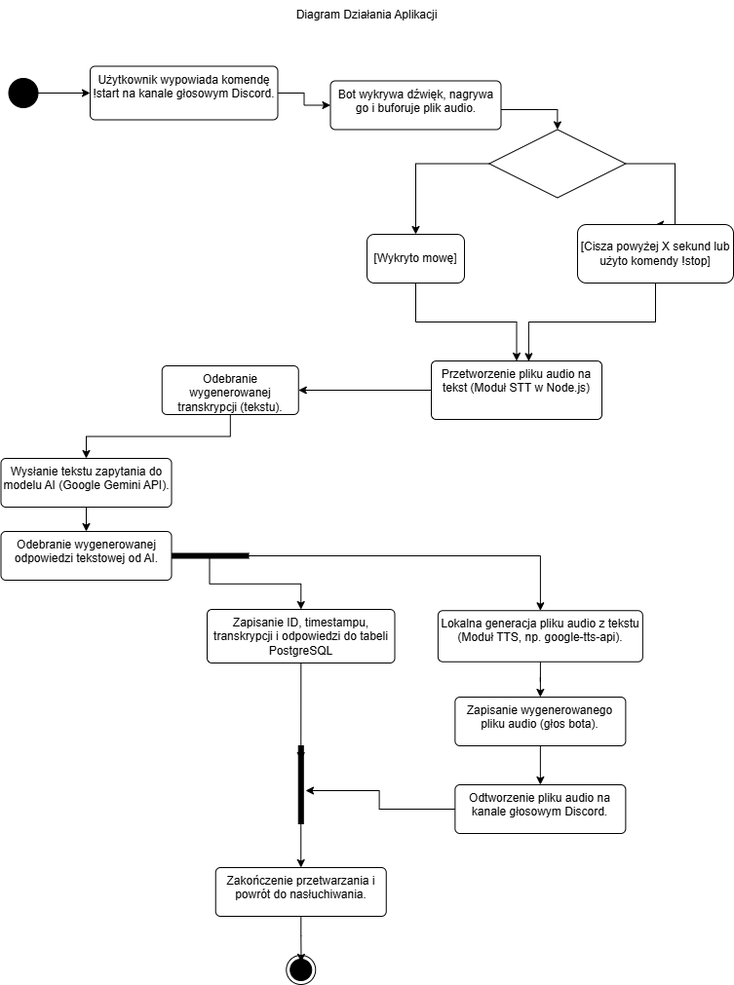
Above: diagram_dzialania_aplikacji.png in OskarSzafraniec/discord_voice_app (draw.io), before the change. Source tidied: cells renumbered, new cells last; positions are measured from the earlier drawing's top-left corner, leaving out a move shared by most shapes.
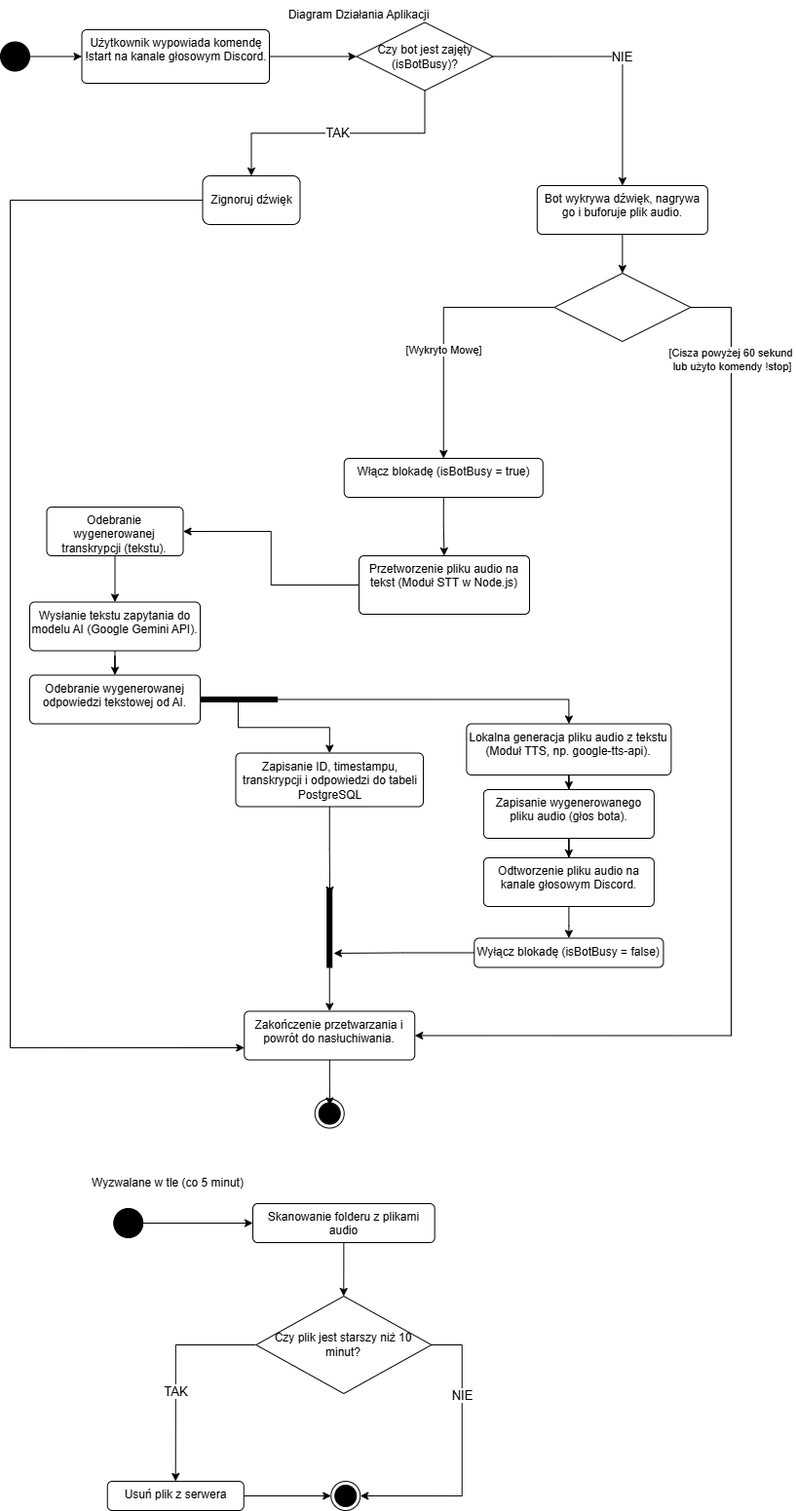
Later version of the same file.

The edit, as a diff of the source:
```diff
@@ -3,22 +3,22 @@
     <mxCell id="0" />
     <mxCell id="1" parent="0" />
     <mxCell id="2" value="Diagram Działania Aplikacji" style="text;html=1;whiteSpace=wrap;strokeColor=none;fillColor=none;align=center;verticalAlign=middle;rounded=0;" parent="1" vertex="1">
-      <mxGeometry x="291" width="170" height="30" as="geometry" />
+      <mxGeometry x="244.5" y="-10" width="170" height="30" as="geometry" />
     </mxCell>
     <mxCell id="3" style="edgeStyle=orthogonalEdgeStyle;rounded=0;jettySize=auto;html=1;entryX=0;entryY=0.5;entryDx=0;entryDy=0;" parent="1" edge="1" source="4" target="7">
       <mxGeometry relative="1" as="geometry" />
     </mxCell>
     <mxCell id="4" style="ellipse;fillColor=strokeColor;html=1;" parent="1" vertex="1">
-      <mxGeometry x="8.5" y="80" width="30" height="30" as="geometry" />
+      <mxGeometry x="-38" y="32.5" width="30" height="30" as="geometry" />
     </mxCell>
     <mxCell id="5" style="ellipse;html=1;shape=endState;fillColor=strokeColor;" parent="1" vertex="1">
-      <mxGeometry x="293.2" y="980" width="30" height="30" as="geometry" />
+      <mxGeometry x="284.8" y="1117.5" width="30" height="30" as="geometry" />
     </mxCell>
-    <mxCell id="6" style="edgeStyle=orthogonalEdgeStyle;rounded=0;jettySize=auto;html=1;" parent="1" edge="1" source="7" target="12">
+    <mxCell id="6" style="edgeStyle=orthogonalEdgeStyle;rounded=0;jettySize=auto;html=1;entryX=0;entryY=0.5;entryDx=0;entryDy=0;" parent="1" edge="1" source="7" target="43">
       <mxGeometry relative="1" as="geometry" />
     </mxCell>
     <mxCell id="7" value="Użytkownik wypowiada komendę !start na kanale głosowym Discord." style="html=1;align=center;verticalAlign=top;rounded=1;absoluteArcSize=1;arcSize=10;dashed=0;whiteSpace=wrap;" parent="1" vertex="1">
-      <mxGeometry x="92" y="67.5" width="192.5" height="55" as="geometry" />
+      <mxGeometry x="45.5" y="20" width="192.5" height="55" as="geometry" />
     </mxCell>
     <mxCell id="8" style="edgeStyle=orthogonalEdgeStyle;rounded=0;jettySize=auto;html=1;entryX=0.5;entryY=0;entryDx=0;entryDy=0;" parent="1" edge="1" source="10" target="20">
       <mxGeometry relative="1" as="geometry" />
@@ -27,99 +27,166 @@
       <mxGeometry relative="1" as="geometry" />
     </mxCell>
     <mxCell id="10" style="html=1;points=[];perimeter=orthogonalPerimeter;fillColor=strokeColor;rotation=-90;" parent="1" vertex="1">
-      <mxGeometry x="212" y="530" width="5" height="80" as="geometry" />
+      <mxGeometry x="203.5" y="667.5" width="5" height="80" as="geometry" />
     </mxCell>
-    <mxCell id="11" style="edgeStyle=orthogonalEdgeStyle;rounded=0;jettySize=auto;html=1;entryX=0.5;entryY=0;entryDx=0;entryDy=0;" parent="1" edge="1" source="12" target="34">
-      <mxGeometry relative="1" as="geometry">
-        <Array as="points">
-          <mxPoint x="571" y="112" />
-        </Array>
-      </mxGeometry>
+    <mxCell id="11" style="edgeStyle=orthogonalEdgeStyle;rounded=0;jettySize=auto;html=1;" parent="1" edge="1" source="12" target="34">
+      <mxGeometry relative="1" as="geometry" />
     </mxCell>
     <mxCell id="12" value="Bot wykrywa dźwięk, nagrywa go i buforuje plik audio." style="html=1;align=center;verticalAlign=top;rounded=1;absoluteArcSize=1;arcSize=10;dashed=0;whiteSpace=wrap;" parent="1" vertex="1">
-      <mxGeometry x="338.5" y="82.5" width="175" height="50" as="geometry" />
+      <mxGeometry x="512.9" y="180" width="175" height="50" as="geometry" />
     </mxCell>
     <mxCell id="13" style="edgeStyle=orthogonalEdgeStyle;rounded=0;jettySize=auto;html=1;entryX=1;entryY=0.5;entryDx=0;entryDy=0;" parent="1" edge="1" source="14" target="16">
       <mxGeometry relative="1" as="geometry" />
     </mxCell>
     <mxCell id="14" value="Przetworzenie pliku audio na tekst (Moduł STT w Node.js)" style="html=1;align=center;verticalAlign=top;rounded=1;absoluteArcSize=1;arcSize=10;dashed=0;whiteSpace=wrap;" parent="1" vertex="1">
-      <mxGeometry x="442" y="370" width="175" height="60" as="geometry" />
+      <mxGeometry x="330" y="560" width="175" height="60" as="geometry" />
     </mxCell>
     <mxCell id="15" style="edgeStyle=orthogonalEdgeStyle;rounded=0;jettySize=auto;html=1;entryX=0.5;entryY=0;entryDx=0;entryDy=0;" parent="1" edge="1" source="16" target="18">
       <mxGeometry relative="1" as="geometry" />
     </mxCell>
     <mxCell id="16" value="Odebranie wygenerowanej transkrypcji (tekstu)." style="html=1;align=center;verticalAlign=top;rounded=1;absoluteArcSize=1;arcSize=10;dashed=0;whiteSpace=wrap;" parent="1" vertex="1">
-      <mxGeometry x="165.8" y="375" width="140" height="50" as="geometry" />
+      <mxGeometry x="9.5" y="510" width="140" height="50" as="geometry" />
     </mxCell>
     <mxCell id="17" style="edgeStyle=orthogonalEdgeStyle;rounded=0;jettySize=auto;html=1;entryX=0.5;entryY=0;entryDx=0;entryDy=0;" parent="1" edge="1" source="18" target="19">
       <mxGeometry relative="1" as="geometry" />
     </mxCell>
     <mxCell id="18" value="Wysłanie tekstu zapytania do modelu AI (Google Gemini API)." style="html=1;align=center;verticalAlign=top;rounded=1;absoluteArcSize=1;arcSize=10;dashed=0;whiteSpace=wrap;" parent="1" vertex="1">
-      <mxGeometry x="0.5" y="470" width="175" height="50" as="geometry" />
+      <mxGeometry x="-8" y="607.5" width="175" height="50" as="geometry" />
     </mxCell>
     <mxCell id="19" value="Odebranie wygenerowanej odpowiedzi tekstowej od AI." style="html=1;align=center;verticalAlign=top;rounded=1;absoluteArcSize=1;arcSize=10;dashed=0;whiteSpace=wrap;" parent="1" vertex="1">
-      <mxGeometry x="0.5" y="545" width="175" height="50" as="geometry" />
+      <mxGeometry x="-8" y="682.5" width="175" height="50" as="geometry" />
     </mxCell>
     <mxCell id="20" value="Zapisanie ID, timestampu, transkrypcji i odpowiedzi do tabeli PostgreSQL" style="html=1;align=center;verticalAlign=top;rounded=1;absoluteArcSize=1;arcSize=10;dashed=0;whiteSpace=wrap;" parent="1" vertex="1">
-      <mxGeometry x="212" y="625" width="192.5" height="55" as="geometry" />
+      <mxGeometry x="203.5" y="762.5" width="192.5" height="55" as="geometry" />
     </mxCell>
     <mxCell id="21" style="edgeStyle=orthogonalEdgeStyle;rounded=0;jettySize=auto;html=1;entryX=0.5;entryY=0;entryDx=0;entryDy=0;" parent="1" edge="1" source="22" target="25">
       <mxGeometry relative="1" as="geometry" />
     </mxCell>
     <mxCell id="22" value="Lokalna generacja pliku audio z tekstu (Moduł TTS, np. google-tts-api)." style="html=1;align=center;verticalAlign=top;rounded=1;absoluteArcSize=1;arcSize=10;dashed=0;whiteSpace=wrap;" parent="1" vertex="1">
-      <mxGeometry x="448.9" y="626.2" width="210" height="52.5" as="geometry" />
+      <mxGeometry x="440.4" y="732.5" width="210" height="52.5" as="geometry" />
     </mxCell>
+    <mxCell id="39" style="edgeStyle=orthogonalEdgeStyle;rounded=0;jettySize=auto;html=1;" parent="1" edge="1" source="23" target="50">
+      <mxGeometry relative="1" as="geometry" />
+    </mxCell>
     <mxCell id="23" value="Odtworzenie pliku audio na kanale głosowym Discord." style="html=1;align=center;verticalAlign=top;rounded=1;absoluteArcSize=1;arcSize=10;dashed=0;whiteSpace=wrap;" parent="1" vertex="1">
-      <mxGeometry x="466.4" y="805" width="175" height="50" as="geometry" />
+      <mxGeometry x="457.9" y="870" width="175" height="50" as="geometry" />
     </mxCell>
     <mxCell id="24" style="edgeStyle=orthogonalEdgeStyle;rounded=0;jettySize=auto;html=1;" parent="1" edge="1" source="25" target="23">
       <mxGeometry relative="1" as="geometry" />
     </mxCell>
     <mxCell id="25" value="Zapisanie wygenerowanego pliku audio (głos bota)." style="html=1;align=center;verticalAlign=top;rounded=1;absoluteArcSize=1;arcSize=10;dashed=0;whiteSpace=wrap;" parent="1" vertex="1">
-      <mxGeometry x="466.4" y="715" width="175" height="50" as="geometry" />
+      <mxGeometry x="457.9" y="800" width="175" height="50" as="geometry" />
     </mxCell>
     <mxCell id="26" style="edgeStyle=orthogonalEdgeStyle;rounded=0;jettySize=auto;html=1;entryX=0.5;entryY=0;entryDx=0;entryDy=0;" parent="1" edge="1" source="27" target="30">
       <mxGeometry relative="1" as="geometry" />
     </mxCell>
     <mxCell id="27" style="html=1;points=[];perimeter=orthogonalPerimeter;fillColor=strokeColor;" parent="1" vertex="1">
-      <mxGeometry x="305.8" y="765" width="5" height="80" as="geometry" />
+      <mxGeometry x="297.2" y="902.5" width="5" height="80" as="geometry" />
     </mxCell>
-    <mxCell id="28" style="edgeStyle=orthogonalEdgeStyle;rounded=0;jettySize=auto;html=1;entryX=0.5;entryY=0.188;entryDx=0;entryDy=0;entryPerimeter=0;" parent="1" edge="1" source="20" target="27">
+    <mxCell id="28" style="edgeStyle=orthogonalEdgeStyle;rounded=0;jettySize=auto;html=1;entryX=0.55;entryY=0.069;entryDx=0;entryDy=0;entryPerimeter=0;" parent="1" edge="1" source="20" target="27">
       <mxGeometry relative="1" as="geometry" />
     </mxCell>
-    <mxCell id="29" style="edgeStyle=orthogonalEdgeStyle;rounded=0;jettySize=auto;html=1;entryX=1.45;entryY=0.575;entryDx=0;entryDy=0;entryPerimeter=0;" parent="1" edge="1" source="23" target="27">
-      <mxGeometry relative="1" as="geometry" />
-    </mxCell>
     <mxCell id="30" value="Zakończenie przetwarzania i powrót do nasłuchiwania." style="html=1;align=center;verticalAlign=top;rounded=1;absoluteArcSize=1;arcSize=10;dashed=0;whiteSpace=wrap;" parent="1" vertex="1">
-      <mxGeometry x="220.8" y="890" width="175" height="50" as="geometry" />
+      <mxGeometry x="212.2" y="1027.5" width="175" height="50" as="geometry" />
     </mxCell>
     <mxCell id="31" style="edgeStyle=orthogonalEdgeStyle;rounded=0;jettySize=auto;html=1;entryX=0.508;entryY=0.233;entryDx=0;entryDy=0;entryPerimeter=0;" parent="1" edge="1" source="30" target="5">
       <mxGeometry relative="1" as="geometry" />
     </mxCell>
-    <mxCell id="32" style="edgeStyle=orthogonalEdgeStyle;rounded=0;jettySize=auto;html=1;entryX=0.5;entryY=0;entryDx=0;entryDy=0;" parent="1" edge="1" source="34" target="36">
-      <mxGeometry relative="1" as="geometry" />
-    </mxCell>
-    <mxCell id="33" style="edgeStyle=orthogonalEdgeStyle;rounded=0;jettySize=auto;html=1;entryX=0.5;entryY=0;entryDx=0;entryDy=0;exitX=1;exitY=0.5;exitDx=0;exitDy=0;" parent="1" edge="1" source="34" target="37">
-      <mxGeometry relative="1" as="geometry">
-        <Array as="points">
-          <mxPoint x="692" y="168" />
-        </Array>
-      </mxGeometry>
-    </mxCell>
+    <mxCell id="40" style="edgeStyle=orthogonalEdgeStyle;rounded=0;jettySize=auto;html=1;entryX=0.5;entryY=0;entryDx=0;entryDy=0;" parent="1" edge="1" source="34" target="49">
+      <mxGeometry relative="1" as="geometry" />
+    </mxCell>
+    <mxCell id="41" value="[Wykryto Mowę]" style="edgeLabel;html=1;align=center;verticalAlign=middle;" parent="40" vertex="1">
+      <mxGeometry x="0.17" relative="1" as="geometry" />
+    </mxCell>
     <mxCell id="34" style="rhombus;whiteSpace=wrap;html=1;" parent="1" vertex="1">
-      <mxGeometry x="501.4" y="132.5" width="140" height="70" as="geometry" />
+      <mxGeometry x="530.4" y="270" width="140" height="70" as="geometry" />
     </mxCell>
-    <mxCell id="35" style="edgeStyle=orthogonalEdgeStyle;rounded=0;jettySize=auto;html=1;entryX=0.5;entryY=0;entryDx=0;entryDy=0;" parent="1" edge="1" source="36" target="14">
-      <mxGeometry relative="1" as="geometry" />
-    </mxCell>
-    <mxCell id="36" value="[Wykryto mowę]" style="rounded=1;whiteSpace=wrap;html=1;" parent="1" vertex="1">
-      <mxGeometry x="376" y="240" width="100" height="50" as="geometry" />
-    </mxCell>
-    <mxCell id="37" value="&lt;br&gt;[Cisza powyżej X sekund lub użyto komendy !stop]&lt;div&gt;&lt;br&gt;&lt;/div&gt;" style="rounded=1;whiteSpace=wrap;html=1;" parent="1" vertex="1">
-      <mxGeometry x="592" y="230" width="160" height="60" as="geometry" />
-    </mxCell>
-    <mxCell id="38" style="edgeStyle=orthogonalEdgeStyle;rounded=0;jettySize=auto;html=1;entryX=0.571;entryY=0.006;entryDx=0;entryDy=0;entryPerimeter=0;" parent="1" edge="1" source="37" target="14">
-      <mxGeometry relative="1" as="geometry" />
+    <mxCell id="38" style="edgeStyle=orthogonalEdgeStyle;rounded=0;jettySize=auto;html=1;entryX=1;entryY=0.5;entryDx=0;entryDy=0;exitX=1;exitY=0.5;exitDx=0;exitDy=0;" parent="1" edge="1" source="34" target="30">
+      <mxGeometry relative="1" as="geometry">
+        <Array as="points">
+          <mxPoint x="712" y="305" />
+          <mxPoint x="712" y="1053" />
+        </Array>
+      </mxGeometry>
     </mxCell>
+    <mxCell id="42" value="[Cisza powyżej 60 sekund&amp;nbsp;&lt;div&gt;lub użyto komendy !stop]&lt;/div&gt;" style="edgeLabel;html=1;align=center;verticalAlign=middle;" parent="38" vertex="1">
+      <mxGeometry x="-0.83" y="1" relative="1" as="geometry" />
+    </mxCell>
+    <mxCell id="43" value="Czy bot jest zajęty (isBotBusy)?" style="rhombus;whiteSpace=wrap;html=1;" parent="1" vertex="1">
+      <mxGeometry x="327.5" y="12.5" width="140" height="70" as="geometry" />
+    </mxCell>
+    <mxCell id="44" value="&lt;font style=&quot;font-size: 13px;&quot;&gt;TAK&lt;/font&gt;" style="edgeStyle=orthogonalEdgeStyle;rounded=0;jettySize=auto;html=1;exitX=0.5;exitY=1;exitDx=0;exitDy=0;entryX=0.5;entryY=0;entryDx=0;entryDy=0;" parent="1" edge="1" source="43" target="46">
+      <mxGeometry relative="1" as="geometry" />
+    </mxCell>
+    <mxCell id="45" style="edgeStyle=orthogonalEdgeStyle;rounded=0;jettySize=auto;html=1;entryX=0;entryY=0.75;entryDx=0;entryDy=0;" parent="1" edge="1" source="46" target="30">
+      <mxGeometry relative="1" as="geometry">
+        <Array as="points">
+          <mxPoint x="-28" y="195" />
+          <mxPoint x="-28" y="1065" />
+        </Array>
+      </mxGeometry>
+    </mxCell>
+    <mxCell id="46" value="Zignoruj dźwięk" style="rounded=1;whiteSpace=wrap;html=1;" parent="1" vertex="1">
+      <mxGeometry x="169.5" y="170" width="100" height="50" as="geometry" />
+    </mxCell>
+    <mxCell id="47" value="&lt;font style=&quot;font-size: 13px;&quot;&gt;NIE&lt;/font&gt;" style="edgeStyle=orthogonalEdgeStyle;rounded=0;jettySize=auto;html=1;exitX=1;exitY=0.5;exitDx=0;exitDy=0;" parent="1" edge="1" source="43" target="12">
+      <mxGeometry relative="1" as="geometry" />
+    </mxCell>
+    <mxCell id="48" style="edgeStyle=orthogonalEdgeStyle;rounded=0;jettySize=auto;html=1;" parent="1" edge="1" source="49" target="14">
+      <mxGeometry relative="1" as="geometry" />
+    </mxCell>
+    <mxCell id="49" value="&lt;span style=&quot;text-align: left;&quot;&gt;Włącz blokadę (isBotBusy = true)&lt;/span&gt;" style="html=1;align=center;verticalAlign=top;rounded=1;absoluteArcSize=1;arcSize=10;dashed=0;whiteSpace=wrap;" parent="1" vertex="1">
+      <mxGeometry x="314.8" y="460" width="204" height="40" as="geometry" />
+    </mxCell>
+    <mxCell id="50" value="Wyłącz blokadę (isBotBusy = false)" style="html=1;align=center;verticalAlign=top;rounded=1;absoluteArcSize=1;arcSize=10;dashed=0;whiteSpace=wrap;" parent="1" vertex="1">
+      <mxGeometry x="448.3" y="952.5" width="194.1" height="30" as="geometry" />
+    </mxCell>
+    <mxCell id="51" style="edgeStyle=orthogonalEdgeStyle;rounded=0;jettySize=auto;html=1;entryX=1.35;entryY=0.819;entryDx=0;entryDy=0;entryPerimeter=0;" parent="1" edge="1" source="50" target="27">
+      <mxGeometry relative="1" as="geometry" />
+    </mxCell>
+    <mxCell id="52" style="ellipse;fillColor=strokeColor;html=1;" parent="1" vertex="1">
+      <mxGeometry x="78.2" y="1230" width="30" height="30" as="geometry" />
+    </mxCell>
+    <mxCell id="53" style="edgeStyle=orthogonalEdgeStyle;rounded=0;jettySize=auto;html=1;exitX=1;exitY=0.5;exitDx=0;exitDy=0;" parent="1" edge="1" source="52" target="55">
+      <mxGeometry relative="1" as="geometry" />
+    </mxCell>
+    <mxCell id="54" style="edgeStyle=orthogonalEdgeStyle;rounded=0;jettySize=auto;html=1;" parent="1" edge="1" source="55" target="58">
+      <mxGeometry relative="1" as="geometry" />
+    </mxCell>
+    <mxCell id="55" value="Skanowanie folderu z plikami audio" style="html=1;align=center;verticalAlign=top;rounded=1;absoluteArcSize=1;arcSize=10;dashed=0;whiteSpace=wrap;" parent="1" vertex="1">
+      <mxGeometry x="221" y="1225" width="186.7" height="40" as="geometry" />
+    </mxCell>
+    <mxCell id="56" style="edgeStyle=orthogonalEdgeStyle;rounded=0;jettySize=auto;html=1;entryX=0.5;entryY=0;entryDx=0;entryDy=0;" parent="1" edge="1" source="58" target="62">
+      <mxGeometry relative="1" as="geometry" />
+    </mxCell>
+    <mxCell id="57" value="&lt;font style=&quot;font-size: 13px;&quot;&gt;TAK&lt;/font&gt;" style="edgeLabel;html=1;align=center;verticalAlign=middle;" parent="56" vertex="1">
+      <mxGeometry x="0.17" relative="1" as="geometry" />
+    </mxCell>
+    <mxCell id="58" value="Czy plik jest starszy niż 10 minut?" style="rhombus;whiteSpace=wrap;html=1;" parent="1" vertex="1">
+      <mxGeometry x="224.3" y="1320" width="180" height="100" as="geometry" />
+    </mxCell>
+    <mxCell id="59" style="edgeStyle=orthogonalEdgeStyle;rounded=0;jettySize=auto;html=1;entryX=1;entryY=0.5;entryDx=0;entryDy=0;exitX=1;exitY=0.5;exitDx=0;exitDy=0;" parent="1" edge="1" source="58" target="63">
+      <mxGeometry relative="1" as="geometry">
+        <Array as="points">
+          <mxPoint x="435.8" y="1370" />
+          <mxPoint x="435.8" y="1525" />
+        </Array>
+      </mxGeometry>
+    </mxCell>
+    <mxCell id="60" value="&lt;font style=&quot;font-size: 13px;&quot;&gt;NIE&lt;/font&gt;" style="edgeLabel;html=1;align=center;verticalAlign=middle;" parent="59" vertex="1">
+      <mxGeometry x="-0.43" relative="1" as="geometry" />
+    </mxCell>
+    <mxCell id="61" style="edgeStyle=orthogonalEdgeStyle;rounded=0;jettySize=auto;html=1;entryX=0;entryY=0.5;entryDx=0;entryDy=0;" parent="1" edge="1" source="62" target="63">
+      <mxGeometry relative="1" as="geometry" />
+    </mxCell>
+    <mxCell id="62" value="Usuń plik z serwera" style="html=1;align=center;verticalAlign=top;rounded=1;absoluteArcSize=1;arcSize=10;dashed=0;whiteSpace=wrap;" parent="1" vertex="1">
+      <mxGeometry x="71.8" y="1510" width="140" height="30" as="geometry" />
+    </mxCell>
+    <mxCell id="63" style="ellipse;html=1;shape=endState;fillColor=strokeColor;" parent="1" vertex="1">
+      <mxGeometry x="301.2" y="1510" width="30" height="30" as="geometry" />
+    </mxCell>
+    <mxCell id="64" value="Wyzwalane w tle (co 5 minut)" style="text;whiteSpace=wrap;html=1;" parent="1" vertex="1">
+      <mxGeometry x="54.5" y="1190" width="190" height="40" as="geometry" />
+    </mxCell>
   </root>
 </mxGraphModel>
```
